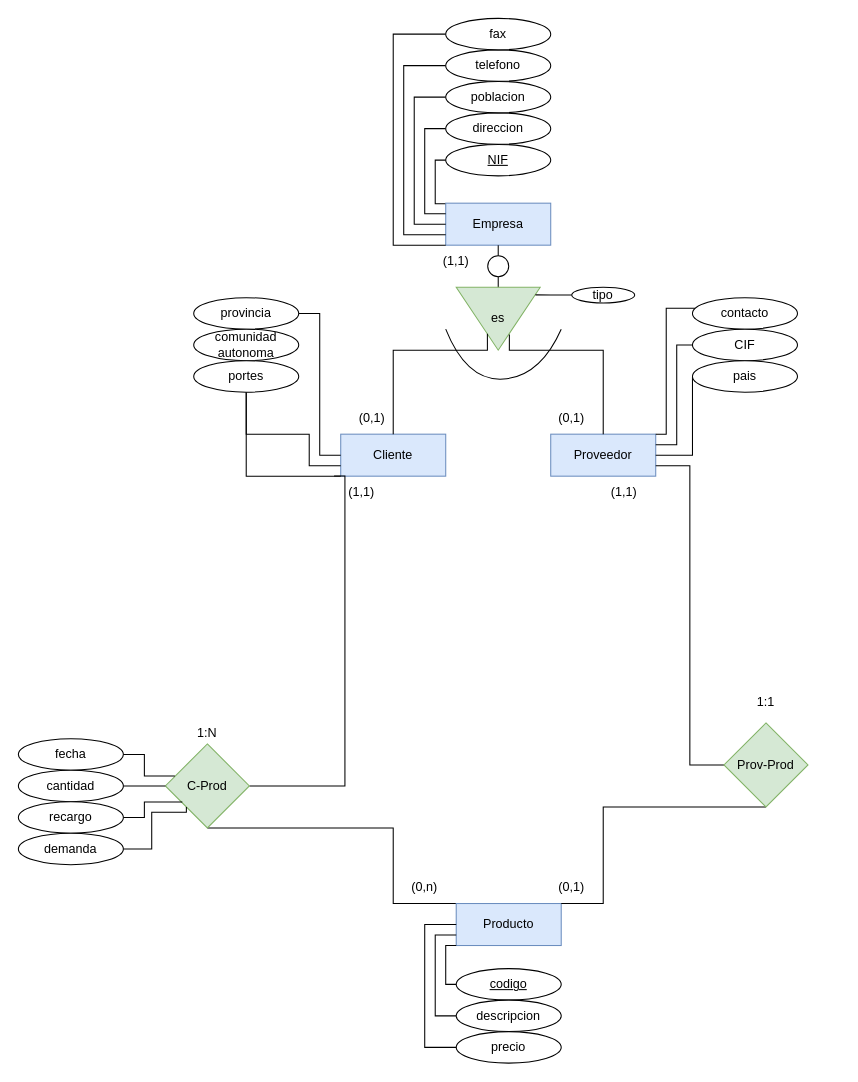
The draw.io diagram Unidad_1/Tareas/Tareas_entregables/Tarea_4/Empresa.drawio in OxideVanadium/base_de_datos, before the edit. Source tidied: cells renumbered, new cells numbered last; positions are measured from the earlier drawing's top-left corner, leaving out a move shared by most shapes. Both pictures are drawn from the tidied source at 105%, with x=0, y=0 at pixel (18, 18).
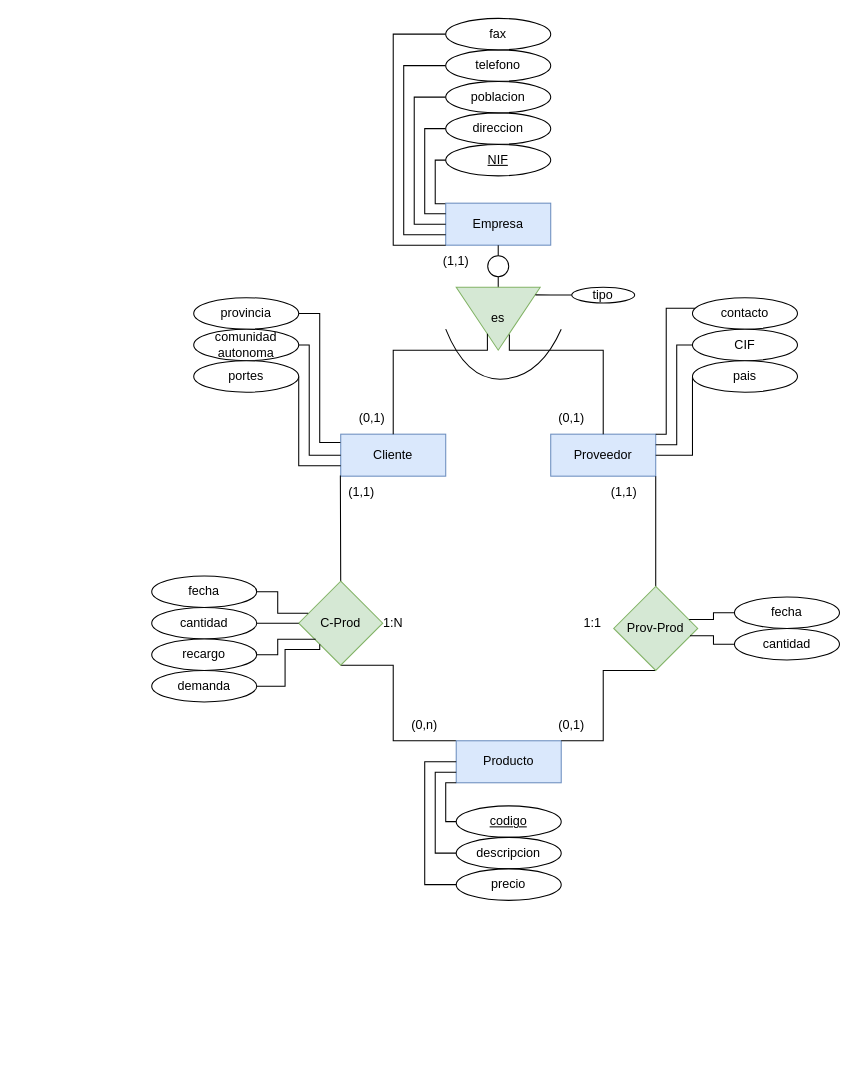
Above is the later version.

Unchanged cells that the change refers to:
```xml
<mxCell id="3" value="Cliente" style="whiteSpace=wrap;html=1;align=center;fillColor=#dae8fc;strokeColor=#6c8ebf;" parent="1" vertex="1">
  <mxGeometry x="307" y="396" width="100" height="40" as="geometry" />
</mxCell>
<mxCell id="4" value="Proveedor" style="whiteSpace=wrap;html=1;align=center;fillColor=#dae8fc;strokeColor=#6c8ebf;" parent="1" vertex="1">
  <mxGeometry x="507" y="396" width="100" height="40" as="geometry" />
</mxCell>
<mxCell id="24" value="provincia" style="ellipse;whiteSpace=wrap;html=1;align=center;" parent="1" vertex="1">
  <mxGeometry x="167" y="266" width="100" height="30" as="geometry" />
</mxCell>
<mxCell id="26" value="comunidad autonoma" style="ellipse;whiteSpace=wrap;html=1;align=center;" parent="1" vertex="1">
  <mxGeometry x="167" y="296" width="100" height="30" as="geometry" />
</mxCell>
<mxCell id="28" value="portes" style="ellipse;whiteSpace=wrap;html=1;align=center;" parent="1" vertex="1">
  <mxGeometry x="167" y="326" width="100" height="30" as="geometry" />
</mxCell>
<mxCell id="55" value="(1,1)" style="text;html=1;strokeColor=none;fillColor=none;align=center;verticalAlign=middle;whiteSpace=wrap;rounded=0;" parent="1" vertex="1">
  <mxGeometry x="547" y="436" width="60" height="30" as="geometry" />
</mxCell>
<mxCell id="59" value="(1,1)" style="text;html=1;strokeColor=none;fillColor=none;align=center;verticalAlign=middle;whiteSpace=wrap;rounded=0;" parent="1" vertex="1">
  <mxGeometry x="297" y="436" width="60" height="30" as="geometry" />
</mxCell>
```

The edit, as a diff of the source:
```diff
@@
     <mxCell id="5" style="edgeStyle=orthogonalEdgeStyle;rounded=0;jettySize=auto;html=1;entryX=0.5;entryY=1;entryDx=0;entryDy=0;endArrow=none;endFill=0;exitX=0;exitY=0;exitDx=0;exitDy=0;" parent="1" edge="1" source="6" target="38">
       <mxGeometry relative="1" as="geometry">
         <Array as="points">
-          <mxPoint x="357" y="843" />
+          <mxPoint x="357" y="688" />
         </Array>
       </mxGeometry>
     </mxCell>
     <mxCell id="6" value="Producto" style="whiteSpace=wrap;html=1;align=center;fillColor=#dae8fc;strokeColor=#6c8ebf;" parent="1" vertex="1">
-      <mxGeometry x="417" y="843" width="100" height="40" as="geometry" />
+      <mxGeometry x="417" y="688" width="100" height="40" as="geometry" />
     </mxCell>
@@
-    <mxCell id="23" style="edgeStyle=orthogonalEdgeStyle;rounded=0;jettySize=auto;html=1;entryX=0;entryY=0.5;entryDx=0;entryDy=0;endArrow=none;endFill=0;" parent="1" edge="1" source="24" target="3">
+    <mxCell id="23" style="edgeStyle=orthogonalEdgeStyle;rounded=0;jettySize=auto;html=1;entryX=-0.003;entryY=0.2;entryDx=0;entryDy=0;endArrow=none;endFill=0;entryPerimeter=0;" parent="1" edge="1" source="24" target="3">
       <mxGeometry relative="1" as="geometry" />
     </mxCell>
@@
-    <mxCell id="25" style="edgeStyle=orthogonalEdgeStyle;rounded=0;jettySize=auto;html=1;entryX=0;entryY=0.75;entryDx=0;entryDy=0;endArrow=none;endFill=0;" parent="1" edge="1" source="26" target="3">
+    <mxCell id="25" style="edgeStyle=orthogonalEdgeStyle;rounded=0;jettySize=auto;html=1;entryX=0;entryY=0.5;entryDx=0;entryDy=0;endArrow=none;endFill=0;exitX=1;exitY=0.5;exitDx=0;exitDy=0;" parent="1" edge="1" source="26" target="3">
       <mxGeometry relative="1" as="geometry">
         <Array as="points">
-          <mxPoint x="277" y="396" />
-          <mxPoint x="277" y="426" />
+          <mxPoint x="277" y="311" />
+          <mxPoint x="277" y="416" />
         </Array>
       </mxGeometry>
     </mxCell>
@@
-    <mxCell id="27" style="edgeStyle=orthogonalEdgeStyle;rounded=0;jettySize=auto;html=1;entryX=0;entryY=1;entryDx=0;entryDy=0;endArrow=none;endFill=0;" parent="1" edge="1" source="28" target="3">
+    <mxCell id="27" style="edgeStyle=orthogonalEdgeStyle;rounded=0;jettySize=auto;html=1;entryX=0;entryY=0.75;entryDx=0;entryDy=0;endArrow=none;endFill=0;exitX=1;exitY=0.5;exitDx=0;exitDy=0;" parent="1" edge="1" source="28" target="3">
       <mxGeometry relative="1" as="geometry">
         <Array as="points">
-          <mxPoint x="277" y="436" />
-          <mxPoint x="277" y="436" />
+          <mxPoint x="267" y="426" />
         </Array>
       </mxGeometry>
     </mxCell>
@@
-    <mxCell id="34" style="edgeStyle=orthogonalEdgeStyle;rounded=0;jettySize=auto;html=1;entryX=1;entryY=0.75;entryDx=0;entryDy=0;endArrow=none;endFill=0;" parent="1" edge="1" source="36" target="4">
-      <mxGeometry relative="1" as="geometry" />
+    <mxCell id="34" style="edgeStyle=orthogonalEdgeStyle;rounded=0;jettySize=auto;html=1;entryX=1;entryY=0;entryDx=0;entryDy=0;endArrow=none;endFill=0;exitX=0.5;exitY=0;exitDx=0;exitDy=0;" parent="1" edge="1" source="36" target="55">
+      <mxGeometry relative="1" as="geometry">
+        <Array as="points">
+          <mxPoint x="607" y="541" />
+        </Array>
+      </mxGeometry>
     </mxCell>
     <mxCell id="35" style="edgeStyle=orthogonalEdgeStyle;rounded=0;jettySize=auto;html=1;entryX=1;entryY=0;entryDx=0;entryDy=0;endArrow=none;endFill=0;exitX=0.5;exitY=1;exitDx=0;exitDy=0;" parent="1" edge="1" source="36" target="6">
       <mxGeometry relative="1" as="geometry">
         <Array as="points">
-          <mxPoint x="557" y="843" />
+          <mxPoint x="557" y="688" />
         </Array>
       </mxGeometry>
     </mxCell>
     <mxCell id="36" value="Prov-Prod" style="rhombus;whiteSpace=wrap;html=1;fillColor=#d5e8d4;strokeColor=#82b366;" parent="1" vertex="1">
-      <mxGeometry x="672" y="671" width="80" height="80" as="geometry" />
+      <mxGeometry x="567" y="541" width="80" height="80" as="geometry" />
     </mxCell>
-    <mxCell id="37" style="edgeStyle=orthogonalEdgeStyle;rounded=0;jettySize=auto;html=1;entryX=0.061;entryY=-0.007;entryDx=0;entryDy=0;endArrow=none;endFill=0;entryPerimeter=0;" parent="1" edge="1" source="38" target="59">
+    <mxCell id="37" style="edgeStyle=orthogonalEdgeStyle;rounded=0;jettySize=auto;html=1;entryX=0.161;entryY=-0.019;entryDx=0;entryDy=0;endArrow=none;endFill=0;entryPerimeter=0;exitX=0.5;exitY=0;exitDx=0;exitDy=0;" parent="1" edge="1" source="38" target="59">
       <mxGeometry relative="1" as="geometry">
         <Array as="points">
-          <mxPoint x="311" y="731" />
+          <mxPoint x="307" y="541" />
         </Array>
       </mxGeometry>
     </mxCell>
     <mxCell id="38" value="C-Prod" style="rhombus;whiteSpace=wrap;html=1;fillColor=#d5e8d4;strokeColor=#82b366;" parent="1" vertex="1">
-      <mxGeometry x="140" y="691" width="80" height="80" as="geometry" />
+      <mxGeometry x="267" y="536" width="80" height="80" as="geometry" />
     </mxCell>
@@
     <mxCell id="41" style="edgeStyle=orthogonalEdgeStyle;rounded=0;jettySize=auto;html=1;entryX=0;entryY=1;entryDx=0;entryDy=0;endArrow=none;endFill=0;" parent="1" edge="1" source="42" target="6">
       <mxGeometry relative="1" as="geometry">
         <Array as="points">
-          <mxPoint x="407" y="920" />
-          <mxPoint x="407" y="883" />
+          <mxPoint x="407" y="765" />
+          <mxPoint x="407" y="728" />
         </Array>
       </mxGeometry>
     </mxCell>
     <mxCell id="42" value="codigo" style="ellipse;whiteSpace=wrap;html=1;align=center;fontStyle=4;" parent="1" vertex="1">
-      <mxGeometry x="417" y="905" width="100" height="30" as="geometry" />
+      <mxGeometry x="417" y="750" width="100" height="30" as="geometry" />
     </mxCell>
     <mxCell id="43" style="edgeStyle=orthogonalEdgeStyle;rounded=0;jettySize=auto;html=1;entryX=0;entryY=0.75;entryDx=0;entryDy=0;endArrow=none;endFill=0;" parent="1" edge="1" source="44" target="6">
       <mxGeometry relative="1" as="geometry">
         <Array as="points">
-          <mxPoint x="397" y="950" />
-          <mxPoint x="397" y="873" />
+          <mxPoint x="397" y="795" />
+          <mxPoint x="397" y="718" />
         </Array>
       </mxGeometry>
     </mxCell>
     <mxCell id="44" value="descripcion" style="ellipse;whiteSpace=wrap;html=1;align=center;" parent="1" vertex="1">
-      <mxGeometry x="417" y="935" width="100" height="30" as="geometry" />
+      <mxGeometry x="417" y="780" width="100" height="30" as="geometry" />
     </mxCell>
     <mxCell id="45" value="precio" style="ellipse;whiteSpace=wrap;html=1;align=center;" parent="1" vertex="1">
-      <mxGeometry x="417" y="965" width="100" height="30" as="geometry" />
+      <mxGeometry x="417" y="810" width="100" height="30" as="geometry" />
     </mxCell>
     <mxCell id="46" style="edgeStyle=orthogonalEdgeStyle;rounded=0;jettySize=auto;html=1;entryX=0;entryY=0.5;entryDx=0;entryDy=0;endArrow=none;endFill=0;" parent="1" edge="1" source="45" target="6">
       <mxGeometry relative="1" as="geometry">
         <Array as="points">
-          <mxPoint x="387" y="980" />
-          <mxPoint x="387" y="863" />
+          <mxPoint x="387" y="825" />
+          <mxPoint x="387" y="708" />
         </Array>
       </mxGeometry>
     </mxCell>
     <mxCell id="47" value="fecha" style="ellipse;whiteSpace=wrap;html=1;align=center;" parent="1" vertex="1">
-      <mxGeometry y="686" width="100" height="30" as="geometry" />
+      <mxGeometry x="127" y="531" width="100" height="30" as="geometry" />
     </mxCell>
@@
     <mxCell id="49" value="cantidad" style="ellipse;whiteSpace=wrap;html=1;align=center;" parent="1" vertex="1">
-      <mxGeometry y="716" width="100" height="30" as="geometry" />
+      <mxGeometry x="127" y="561" width="100" height="30" as="geometry" />
     </mxCell>
@@
     <mxCell id="56" value="(0,1)" style="text;html=1;strokeColor=none;fillColor=none;align=center;verticalAlign=middle;whiteSpace=wrap;rounded=0;" parent="1" vertex="1">
-      <mxGeometry x="497" y="813" width="60" height="30" as="geometry" />
+      <mxGeometry x="497" y="658" width="60" height="30" as="geometry" />
     </mxCell>
     <mxCell id="57" value="1:1" style="text;html=1;strokeColor=none;fillColor=none;align=center;verticalAlign=middle;whiteSpace=wrap;rounded=0;" parent="1" vertex="1">
-      <mxGeometry x="682" y="636" width="60" height="30" as="geometry" />
+      <mxGeometry x="517" y="561" width="60" height="30" as="geometry" />
     </mxCell>
     <mxCell id="58" value="(0,n)" style="text;html=1;strokeColor=none;fillColor=none;align=center;verticalAlign=middle;whiteSpace=wrap;rounded=0;" parent="1" vertex="1">
-      <mxGeometry x="357" y="813" width="60" height="30" as="geometry" />
+      <mxGeometry x="357" y="658" width="60" height="30" as="geometry" />
     </mxCell>
@@
     <mxCell id="60" value="1:N" style="text;html=1;strokeColor=none;fillColor=none;align=center;verticalAlign=middle;whiteSpace=wrap;rounded=0;" parent="1" vertex="1">
-      <mxGeometry x="150" y="666" width="60" height="30" as="geometry" />
+      <mxGeometry x="327" y="561" width="60" height="30" as="geometry" />
     </mxCell>
@@
     <mxCell id="64" value="recargo" style="ellipse;whiteSpace=wrap;html=1;align=center;" parent="1" vertex="1">
-      <mxGeometry y="746" width="100" height="30" as="geometry" />
+      <mxGeometry x="127" y="591" width="100" height="30" as="geometry" />
     </mxCell>
     <mxCell id="65" style="edgeStyle=orthogonalEdgeStyle;rounded=0;jettySize=auto;html=1;entryX=0;entryY=1;entryDx=0;entryDy=0;endArrow=none;endFill=0;" parent="1" edge="1" source="66" target="38">
       <mxGeometry relative="1" as="geometry">
         <Array as="points">
-          <mxPoint x="127" y="791" />
-          <mxPoint x="127" y="756" />
-          <mxPoint x="160" y="756" />
+          <mxPoint x="254" y="636" />
+          <mxPoint x="254" y="601" />
+          <mxPoint x="287" y="601" />
         </Array>
       </mxGeometry>
     </mxCell>
     <mxCell id="66" value="demanda" style="ellipse;whiteSpace=wrap;html=1;align=center;" parent="1" vertex="1">
-      <mxGeometry y="776" width="100" height="30" as="geometry" />
+      <mxGeometry x="127" y="621" width="100" height="30" as="geometry" />
     </mxCell>
+    <mxCell id="67" style="edgeStyle=orthogonalEdgeStyle;rounded=0;jettySize=auto;html=1;entryX=0.898;entryY=0.393;entryDx=0;entryDy=0;entryPerimeter=0;endArrow=none;endFill=0;" parent="1" edge="1" source="68" target="36">
+      <mxGeometry relative="1" as="geometry" />
+    </mxCell>
+    <mxCell id="68" value="fecha" style="ellipse;whiteSpace=wrap;html=1;align=center;" parent="1" vertex="1">
+      <mxGeometry x="682" y="551" width="100" height="30" as="geometry" />
+    </mxCell>
+    <mxCell id="69" value="cantidad" style="ellipse;whiteSpace=wrap;html=1;align=center;" parent="1" vertex="1">
+      <mxGeometry x="682" y="581" width="100" height="30" as="geometry" />
+    </mxCell>
+    <mxCell id="70" style="edgeStyle=orthogonalEdgeStyle;rounded=0;jettySize=auto;html=1;entryX=0.908;entryY=0.588;entryDx=0;entryDy=0;entryPerimeter=0;endArrow=none;endFill=0;" parent="1" edge="1" source="69" target="36">
+      <mxGeometry relative="1" as="geometry" />
+    </mxCell>
```
